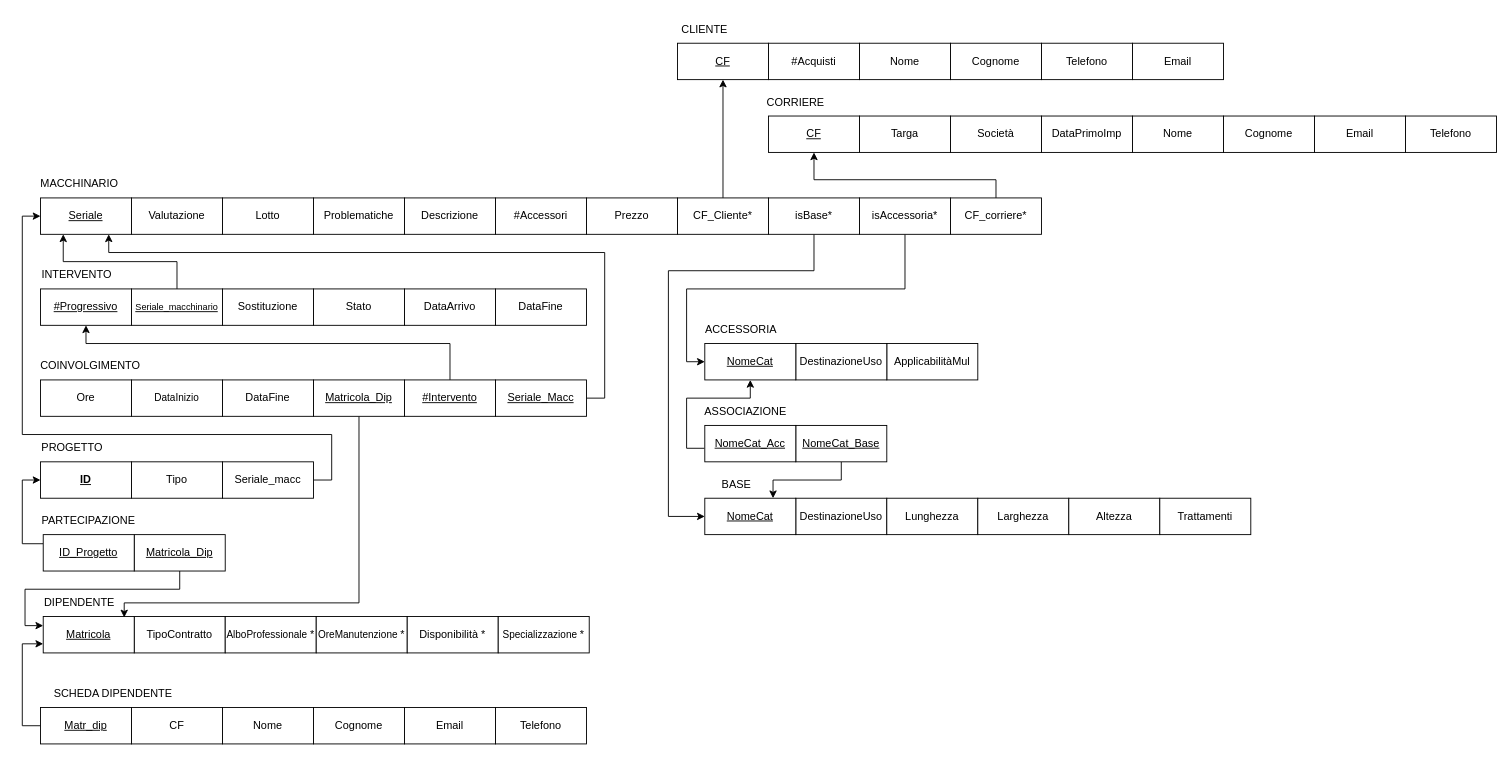
MicheleRabesco/MacchinariEstetici keeps this draw.io diagram as Mapping.drawio. Above is the earlier version. Source tidied: cells renumbered, new cells numbered last; positions are measured from the earlier drawing's top-left corner, leaving out a move shared by most shapes. Both pictures are drawn from the tidied source at 91%, with x=0, y=0 at pixel (22, 15).
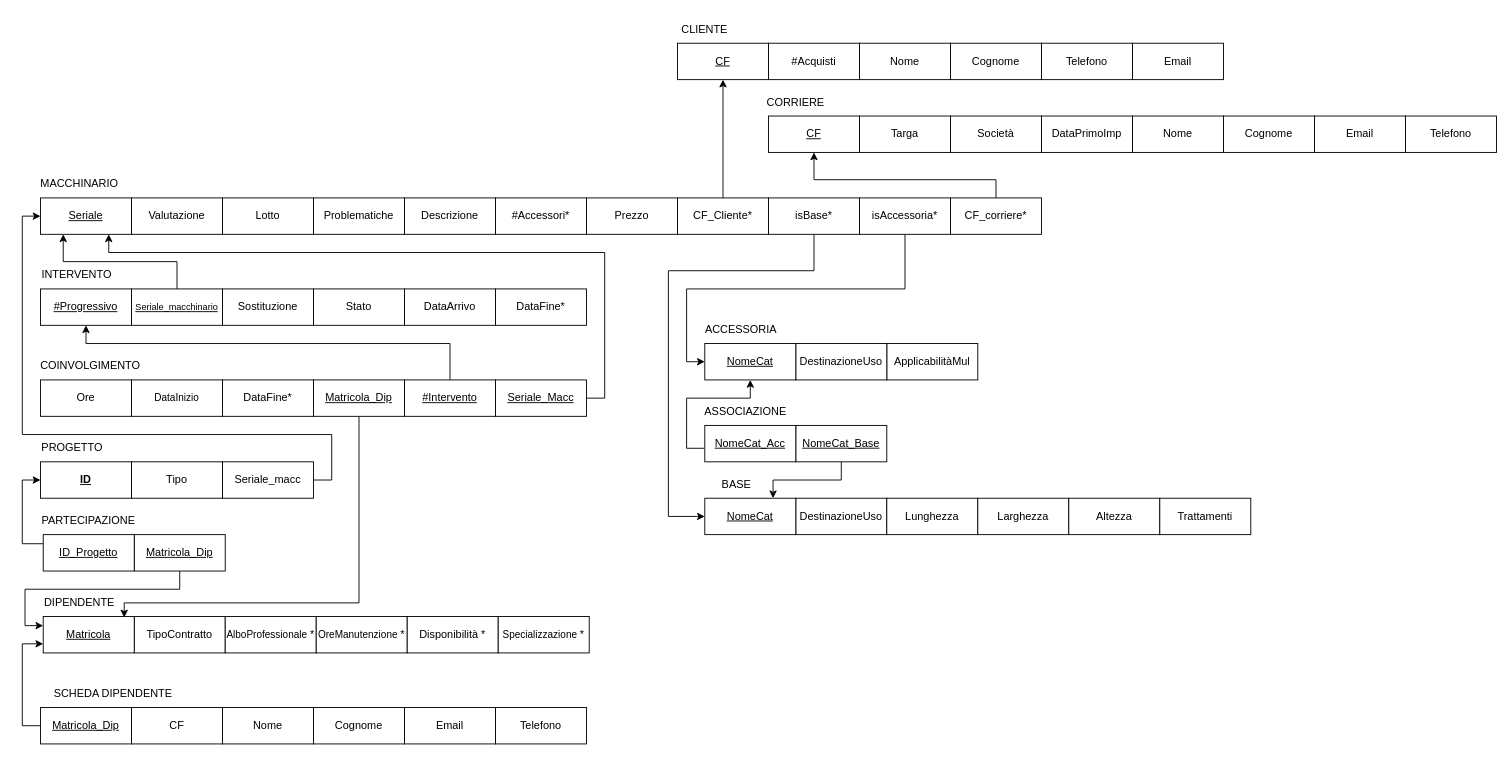
After the change.

Change to the diagram source:
```diff
@@
-    <mxCell id="8" value="#Accessori" style="whiteSpace=wrap;html=1;align=center;" parent="1" vertex="1">
+    <mxCell id="8" value="#Accessori*" style="whiteSpace=wrap;html=1;align=center;" parent="1" vertex="1">
       <mxGeometry x="520" y="200" width="100" height="40" as="geometry" />
     </mxCell>
@@
-    <mxCell id="40" value="DataFine" style="whiteSpace=wrap;html=1;align=center;" parent="1" vertex="1">
+    <mxCell id="40" value="DataFine*" style="whiteSpace=wrap;html=1;align=center;" parent="1" vertex="1">
       <mxGeometry x="520" y="300" width="100" height="40" as="geometry" />
     </mxCell>
@@
-    <mxCell id="53" value="&lt;u&gt;Matr_dip&lt;/u&gt;" style="whiteSpace=wrap;html=1;align=center;" parent="1" vertex="1">
+    <mxCell id="53" value="&lt;u&gt;Matricola_Dip&lt;/u&gt;" style="whiteSpace=wrap;html=1;align=center;" parent="1" vertex="1">
       <mxGeometry x="20" y="760" width="100" height="40" as="geometry" />
     </mxCell>
@@
-    <mxCell id="81" value="DataFine" style="whiteSpace=wrap;html=1;align=center;" parent="1" vertex="1">
+    <mxCell id="81" value="DataFine*" style="whiteSpace=wrap;html=1;align=center;" parent="1" vertex="1">
       <mxGeometry x="220" y="400" width="100" height="40" as="geometry" />
     </mxCell>
```
